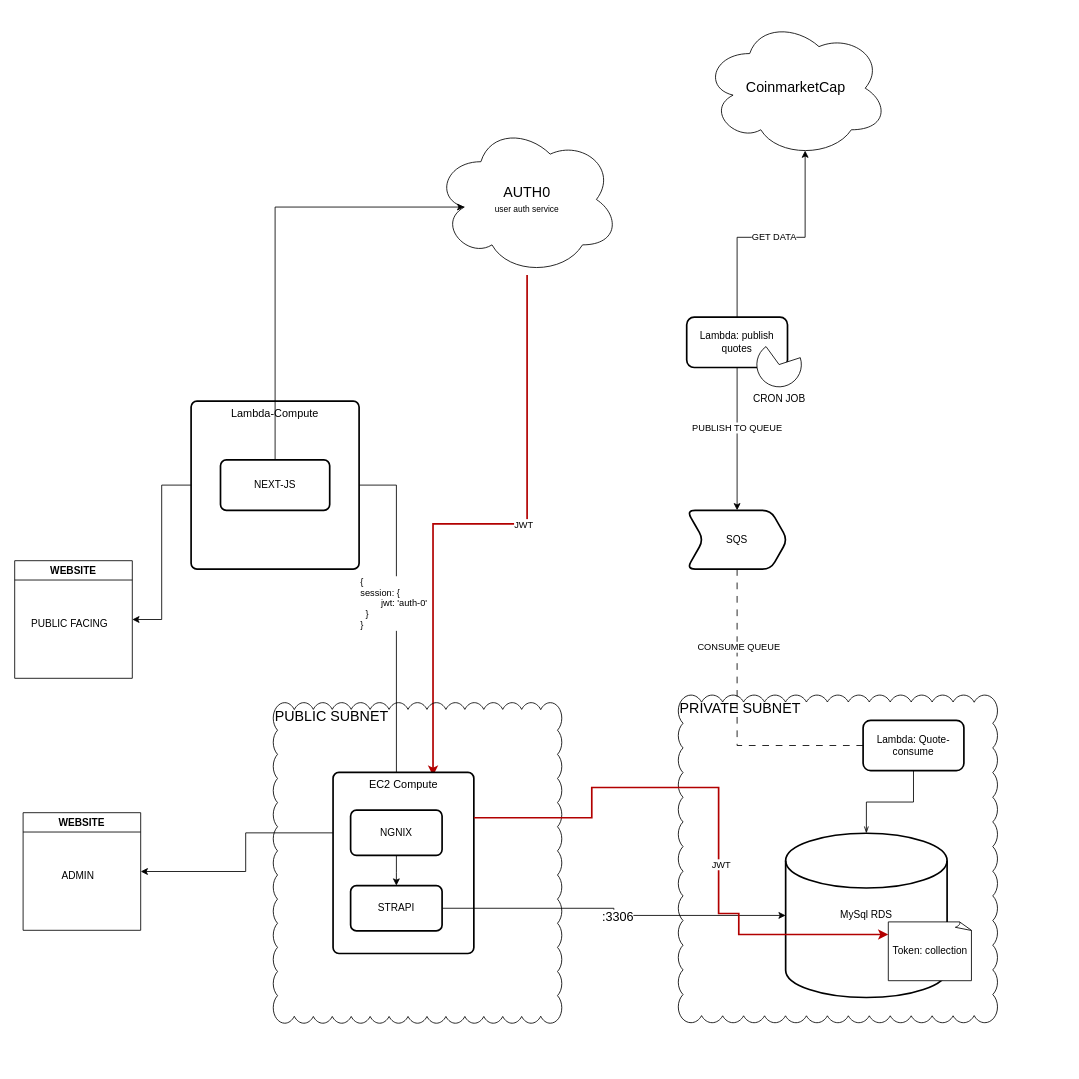
Before: tmp/Untitled Diagram.drawio in LuciOroles/carbee, a draw.io diagram. Source tidied: cells renumbered, new cells numbered last; positions are measured from the earlier drawing's top-left corner, leaving out a move shared by most shapes. Both pictures are drawn from the tidied source at 84%, with x=0, y=0 at pixel (14, 18).
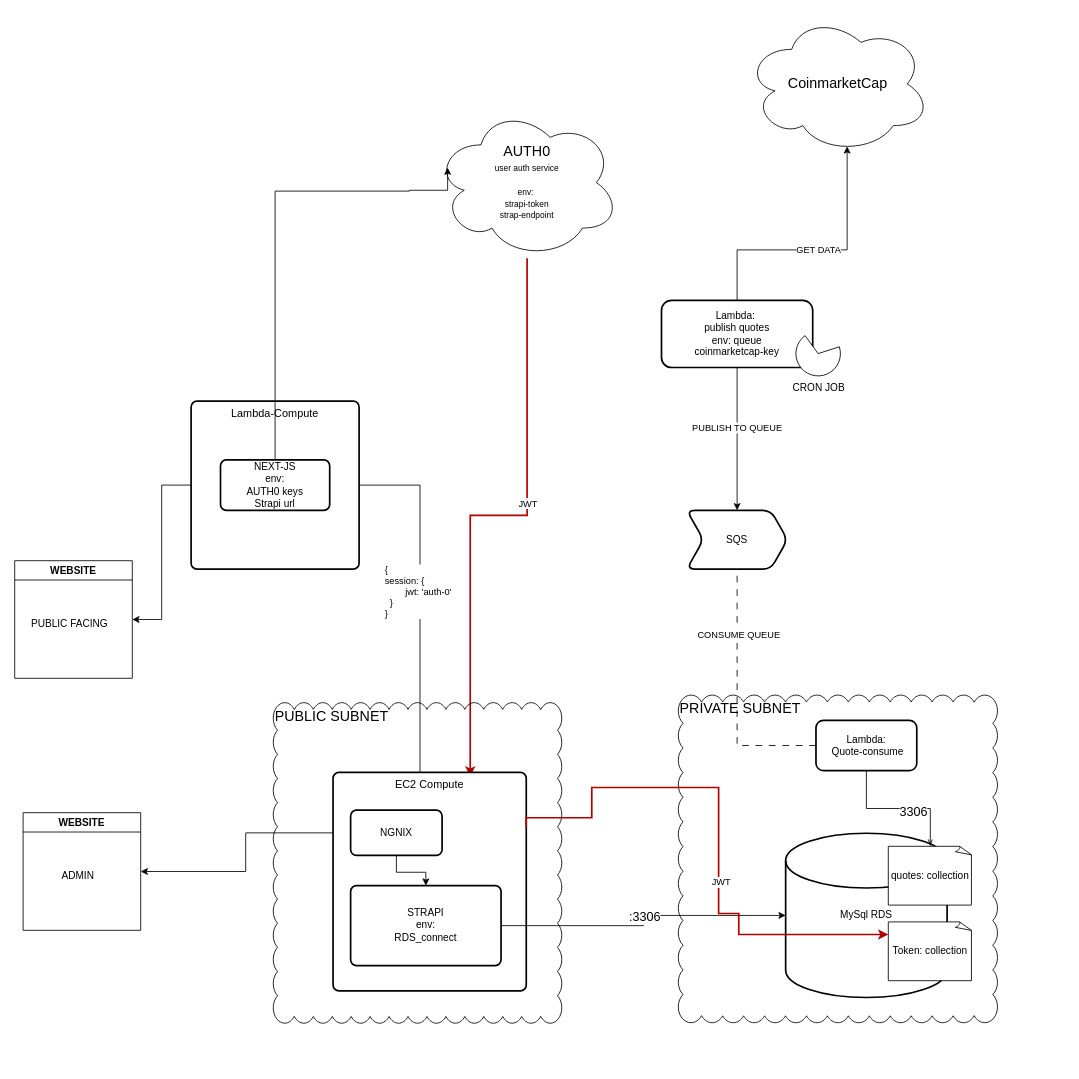
After the change.

The change refers to these unchanged cells:
```xml
<mxCell id="4" style="group;" parent="1" vertex="1">
  <mxGeometry x="210" y="455" width="200" height="200" as="geometry" />
</mxCell>
<mxCell id="11" style="group;" parent="1" vertex="1">
  <mxGeometry x="790" y="805" width="460" height="430" as="geometry" />
</mxCell>
<mxCell id="13" value="MySql RDS" style="strokeWidth=2;html=1;shape=mxgraph.flowchart.database;whiteSpace=wrap;" parent="11" vertex="1">
  <mxGeometry x="127.8" y="164.5" width="192.2" height="195.5" as="geometry" />
</mxCell>
<mxCell id="23" style="group;" parent="1" vertex="1">
  <mxGeometry x="307.8" y="814" width="645.1" height="431" as="geometry" />
</mxCell>
```

The edit, as a diff of the source:
```diff
@@
-    <mxCell id="6" value="NEXT-JS" style="rounded=1;whiteSpace=wrap;html=1;absoluteArcSize=1;arcSize=14;strokeWidth=2;" parent="4" vertex="1">
+    <mxCell id="6" value="NEXT-JS&lt;div&gt;env:&lt;/div&gt;&lt;div&gt;AUTH0 keys&lt;/div&gt;&lt;div&gt;Strapi url&lt;/div&gt;" style="rounded=1;whiteSpace=wrap;html=1;absoluteArcSize=1;arcSize=14;strokeWidth=2;" parent="4" vertex="1">
       <mxGeometry x="35" y="70" width="130" height="60" as="geometry" />
     </mxCell>
@@
-    <mxCell id="9" value="&lt;font style=&quot;font-size: 17px;&quot;&gt;AUTH0&lt;/font&gt;&lt;div&gt;&lt;font size=&quot;1&quot; style=&quot;&quot;&gt;user auth service&lt;/font&gt;&lt;/div&gt;" style="ellipse;shape=cloud;whiteSpace=wrap;html=1;" parent="1" vertex="1">
-      <mxGeometry x="500" y="125" width="220" height="180" as="geometry" />
+    <mxCell id="9" value="&lt;font style=&quot;font-size: 17px;&quot;&gt;AUTH0&lt;/font&gt;&lt;div&gt;&lt;font size=&quot;1&quot; style=&quot;&quot;&gt;user auth service&lt;/font&gt;&lt;/div&gt;&lt;div&gt;&lt;font size=&quot;1&quot; style=&quot;&quot;&gt;&lt;br&gt;&lt;/font&gt;&lt;/div&gt;&lt;div&gt;&lt;font size=&quot;1&quot; style=&quot;&quot;&gt;env:&amp;nbsp;&lt;/font&gt;&lt;/div&gt;&lt;div&gt;&lt;font size=&quot;1&quot;&gt;strapi-token&lt;/font&gt;&lt;/div&gt;&lt;div&gt;&lt;font size=&quot;1&quot;&gt;strap-endpoint&lt;/font&gt;&lt;br&gt;&lt;/div&gt;" style="ellipse;shape=cloud;whiteSpace=wrap;html=1;" parent="1" vertex="1">
+      <mxGeometry x="500" y="105" width="220" height="180" as="geometry" />
     </mxCell>
-    <mxCell id="10" style="edgeStyle=orthogonalEdgeStyle;rounded=0;jettySize=auto;html=1;entryX=0.16;entryY=0.55;entryDx=0;entryDy=0;entryPerimeter=0;" parent="1" edge="1" source="6" target="9">
+    <mxCell id="10" style="edgeStyle=orthogonalEdgeStyle;rounded=0;jettySize=auto;html=1;entryX=0.07;entryY=0.4;entryDx=0;entryDy=0;entryPerimeter=0;" parent="1" edge="1" source="6" target="9">
       <mxGeometry relative="1" as="geometry">
         <Array as="points">
-          <mxPoint x="310" y="224" />
+          <mxPoint x="310" y="205" />
+          <mxPoint x="470" y="205" />
+          <mxPoint x="470" y="204" />
+          <mxPoint x="515" y="204" />
         </Array>
       </mxGeometry>
     </mxCell>
@@
-    <mxCell id="14" value="Lambda: Quote-consume" style="rounded=1;whiteSpace=wrap;html=1;strokeWidth=2;" parent="11" vertex="1">
-      <mxGeometry x="220" y="30" width="120" height="60" as="geometry" />
+    <mxCell id="14" value="Lambda:&lt;div&gt;&amp;nbsp;Quote-consume&lt;/div&gt;" style="rounded=1;whiteSpace=wrap;html=1;strokeWidth=2;" parent="11" vertex="1">
+      <mxGeometry x="163.9" y="30" width="120" height="60" as="geometry" />
     </mxCell>
-    <mxCell id="15" style="edgeStyle=orthogonalEdgeStyle;rounded=0;jettySize=auto;html=1;jumpStyle=none;startArrow=openThin;startFill=0;endArrow=none;endFill=0;" parent="11" edge="1" source="13" target="14">
+    <mxCell id="15" style="edgeStyle=orthogonalEdgeStyle;rounded=0;jettySize=auto;html=1;jumpStyle=none;startArrow=openThin;startFill=0;endArrow=none;endFill=0;exitX=0.5;exitY=0;exitDx=0;exitDy=0;exitPerimeter=0;" parent="11" edge="1" source="45" target="14">
       <mxGeometry relative="1" as="geometry" />
     </mxCell>
+    <mxCell id="44" value="3306" style="edgeLabel;html=1;align=center;verticalAlign=middle;fontSize=15;" parent="15" vertex="1">
+      <mxGeometry x="-0.2" y="-3" relative="1" as="geometry">
+        <mxPoint y="5" as="offset" />
+      </mxGeometry>
+    </mxCell>
@@
+    <mxCell id="45" value="quotes: collection" style="whiteSpace=wrap;html=1;shape=mxgraph.basic.document;" parent="11" vertex="1">
+      <mxGeometry x="250" y="180" width="100" height="70" as="geometry" />
+    </mxCell>
@@
     <mxCell id="25" style="group;" parent="23" vertex="1">
-      <mxGeometry x="71.2" y="83.1" width="167.6" height="215.5" as="geometry" />
+      <mxGeometry x="71.2" y="83.1" width="230" height="260" as="geometry" />
     </mxCell>
     <mxCell id="26" value="&lt;span style=&quot;font-size: 13px;&quot;&gt;EC2 Compute&lt;/span&gt;" style="rounded=1;whiteSpace=wrap;html=1;absoluteArcSize=1;arcSize=14;strokeWidth=2;horizontal=1;verticalAlign=top;" parent="25" vertex="1">
-      <mxGeometry width="167.6" height="215.5" as="geometry" />
+      <mxGeometry width="230" height="260" as="geometry" />
     </mxCell>
@@
-    <mxCell id="28" value="STRAPI" style="rounded=1;whiteSpace=wrap;html=1;absoluteArcSize=1;arcSize=14;strokeWidth=2;" parent="25" vertex="1">
-      <mxGeometry x="20.9" y="134.7" width="108.9" height="53.9" as="geometry" />
+    <mxCell id="28" value="STRAPI&lt;div&gt;env:&lt;/div&gt;&lt;div&gt;RDS_connect&lt;/div&gt;" style="rounded=1;whiteSpace=wrap;html=1;absoluteArcSize=1;arcSize=14;strokeWidth=2;" parent="25" vertex="1">
+      <mxGeometry x="20.9" y="134.7" width="179.1" height="95.3" as="geometry" />
     </mxCell>
@@
-    <mxCell id="39" value="Lambda: publish quotes" style="whiteSpace=wrap;html=1;rounded=1;strokeWidth=2;" parent="1" vertex="1">
-      <mxGeometry x="800" y="355" width="120" height="60" as="geometry" />
+    <mxCell id="39" value="Lambda:&amp;nbsp;&lt;div&gt;publish quotes&lt;div&gt;env: queue&lt;/div&gt;&lt;div&gt;coinmarketcap-key&lt;/div&gt;&lt;/div&gt;" style="whiteSpace=wrap;html=1;rounded=1;strokeWidth=2;" parent="1" vertex="1">
+      <mxGeometry x="770" y="335" width="180" height="80" as="geometry" />
     </mxCell>
     <mxCell id="40" value="&lt;span style=&quot;font-size: 17px;&quot;&gt;CoinmarketCap&lt;/span&gt;" style="ellipse;shape=cloud;whiteSpace=wrap;html=1;" parent="1" vertex="1">
-      <mxGeometry x="820" width="220" height="165" as="geometry" />
+      <mxGeometry x="870" y="-5" width="220" height="165" as="geometry" />
     </mxCell>
     <mxCell id="41" style="edgeStyle=orthogonalEdgeStyle;rounded=0;jettySize=auto;html=1;entryX=0.55;entryY=0.95;entryDx=0;entryDy=0;entryPerimeter=0;" parent="1" edge="1" source="39" target="40">
-      <mxGeometry relative="1" as="geometry" />
+      <mxGeometry relative="1" as="geometry">
+        <Array as="points">
+          <mxPoint x="860" y="275" />
+          <mxPoint x="991" y="275" />
+        </Array>
+      </mxGeometry>
     </mxCell>
@@
     <mxCell id="43" value="CRON JOB" style="verticalLabelPosition=bottom;verticalAlign=top;html=1;shape=mxgraph.basic.pie;startAngle=0.2;endAngle=0.9;" parent="1" vertex="1">
-      <mxGeometry x="883.5" y="385" width="53" height="53" as="geometry" />
+      <mxGeometry x="930" y="372" width="53" height="53" as="geometry" />
     </mxCell>
```
